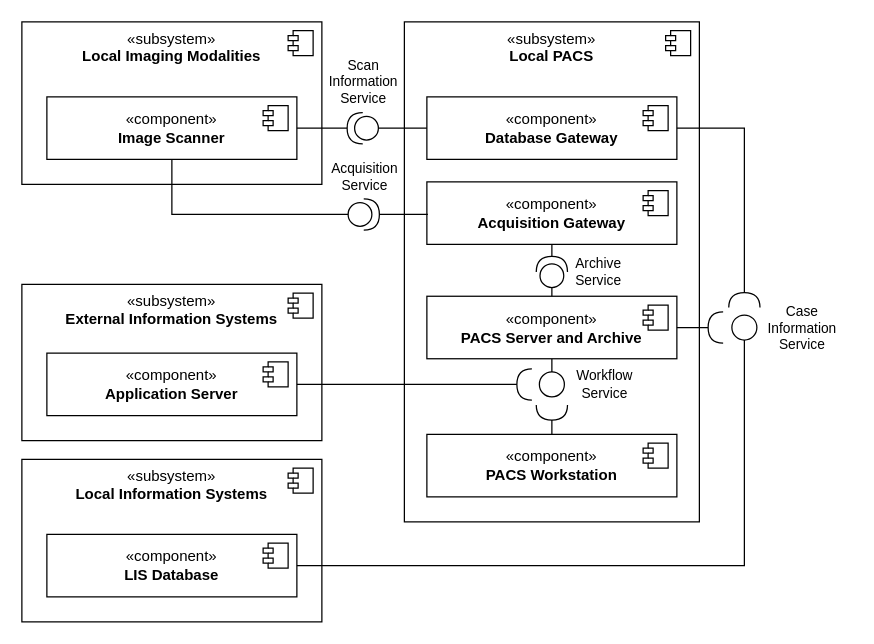
This is uml/thesis/medical-imaging-ecosystem-components.drawio from nilsroemertum/master-thesis, a draw.io file, before an edit. Source tidied: cells renumbered, new cells numbered last; positions are measured from the earlier drawing's top-left corner, leaving out a move shared by most shapes. Both pictures are drawn from the tidied source at 125%, with x=0, y=0 at pixel (21, 21).
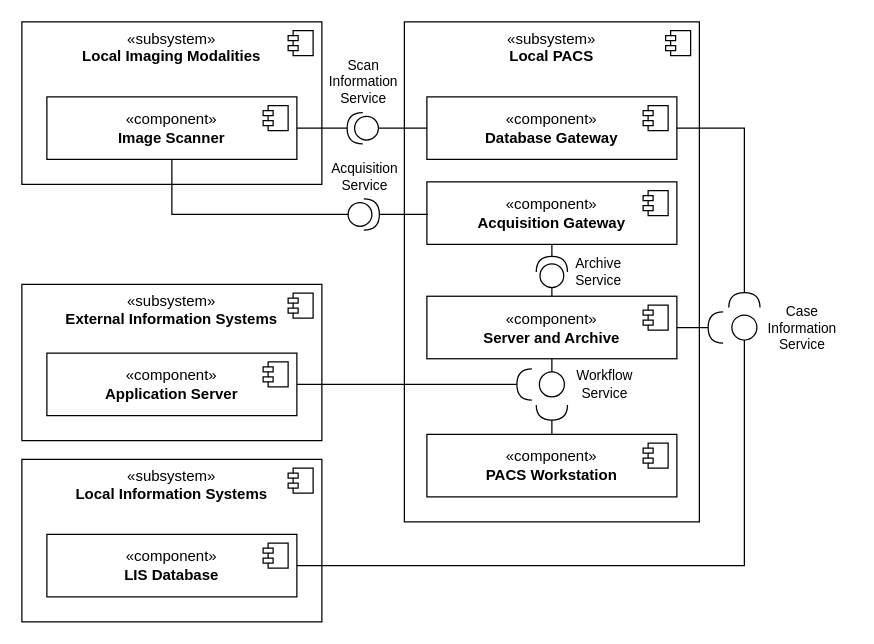
The same diagram, later.

The edit, as a diff of the source:
```diff
@@
-    <mxCell id="11" value="«component&lt;span style=&quot;background-color: transparent; color: light-dark(rgb(0, 0, 0), rgb(255, 255, 255));&quot;&gt;»&lt;/span&gt;&lt;div&gt;&lt;b&gt;PACS Server and Archive&lt;/b&gt;&lt;/div&gt;" style="html=1;whiteSpace=wrap;verticalAlign=middle;" parent="1" vertex="1">
+    <mxCell id="11" value="«component&lt;span style=&quot;background-color: transparent; color: light-dark(rgb(0, 0, 0), rgb(255, 255, 255));&quot;&gt;»&lt;/span&gt;&lt;div&gt;&lt;b&gt;Server and Archive&lt;/b&gt;&lt;/div&gt;" style="html=1;whiteSpace=wrap;verticalAlign=middle;" parent="1" vertex="1">
       <mxGeometry x="324" y="219.5" width="200" height="50" as="geometry" />
     </mxCell>
```
